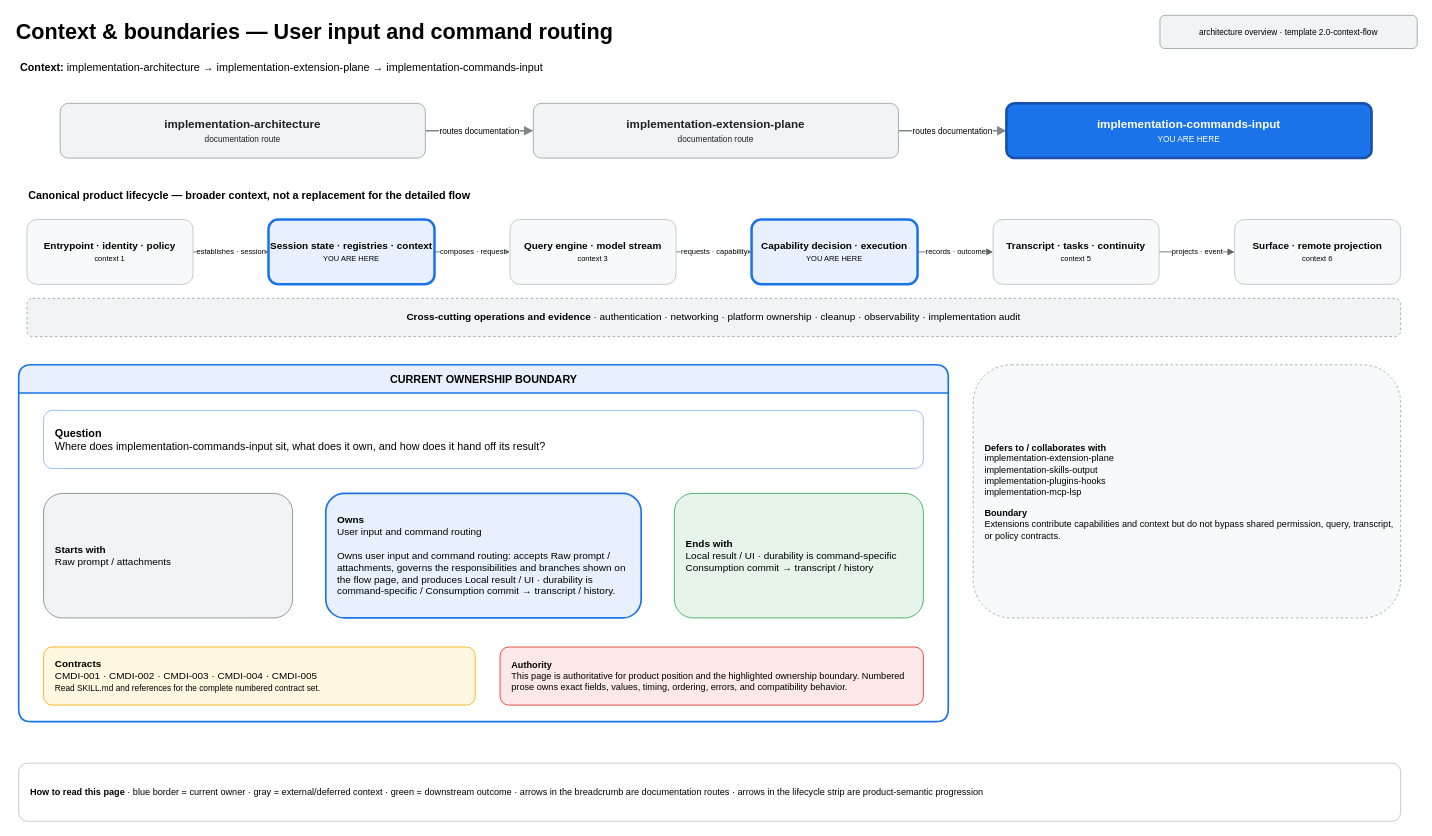
greenpau/agentx keeps this draw.io diagram as page "01 — Context & Boundaries" (1 of 2) of .codex/skills/implementation-commands-input/assets/architecture.drawio. Above is the earlier version. Source tidied: cells renumbered, new cells numbered last; positions are measured from the earlier drawing's top-left corner, leaving out a move shared by most shapes. Both pictures are drawn from the tidied source at 83%, with x=0, y=0 at pixel (14, 14).
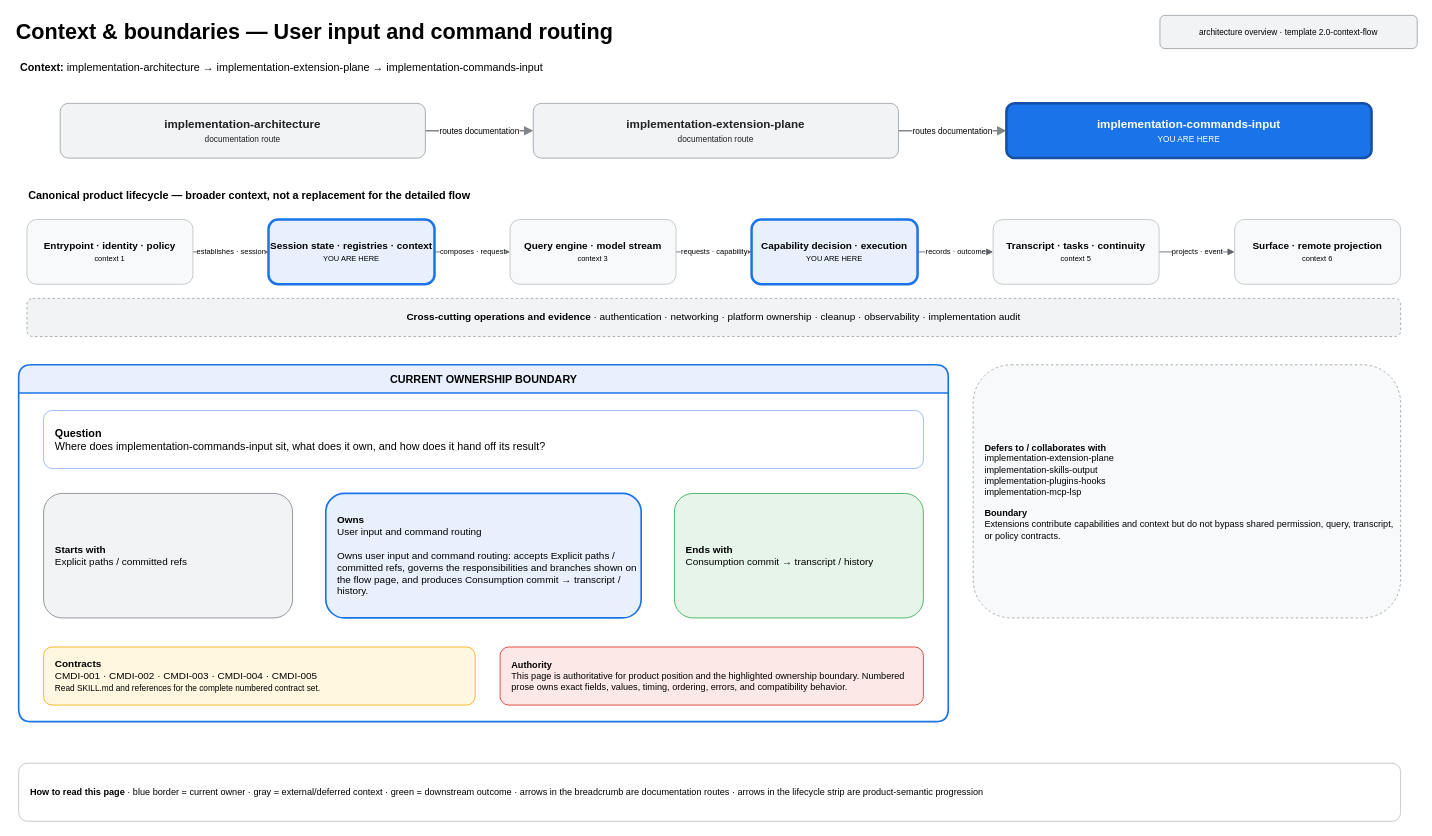
The same page after the edit.

The edit, as a diff of the source:
```diff
@@
-    <mxCell id="25" value="&lt;b&gt;Starts with&lt;/b&gt;&lt;br&gt;Raw prompt / attachments" style="rounded=1;whiteSpace=wrap;html=1;fillColor=#f1f3f4;strokeColor=#80868b;fontSize=12;align=left;spacingLeft=12;" parent="1" vertex="1">
+    <mxCell id="25" value="&lt;b&gt;Starts with&lt;/b&gt;&lt;br&gt;Explicit paths / committed refs" style="rounded=1;whiteSpace=wrap;html=1;fillColor=#f1f3f4;strokeColor=#80868b;fontSize=12;align=left;spacingLeft=12;" parent="1" vertex="1">
       <mxGeometry x="35" y="577" width="300" height="150" as="geometry" />
     </mxCell>
-    <mxCell id="26" value="&lt;b&gt;Owns&lt;/b&gt;&lt;br&gt;User input and command routing&lt;br&gt;&lt;br&gt;Owns user input and command routing: accepts Raw prompt / attachments, governs the responsibilities and branches shown on the flow page, and produces Local result / UI · durability is command-specific / Consumption commit → transcript / history." style="rounded=1;whiteSpace=wrap;html=1;fillColor=#e8f0fe;strokeColor=#1a73e8;strokeWidth=2;fontSize=12;align=left;spacingLeft=12;" parent="1" vertex="1">
+    <mxCell id="26" value="&lt;b&gt;Owns&lt;/b&gt;&lt;br&gt;User input and command routing&lt;br&gt;&lt;br&gt;Owns user input and command routing: accepts Explicit paths / committed refs, governs the responsibilities and branches shown on the flow page, and produces Consumption commit → transcript / history." style="rounded=1;whiteSpace=wrap;html=1;fillColor=#e8f0fe;strokeColor=#1a73e8;strokeWidth=2;fontSize=12;align=left;spacingLeft=12;" parent="1" vertex="1">
       <mxGeometry x="375" y="577" width="380" height="150" as="geometry" />
     </mxCell>
-    <mxCell id="27" value="&lt;b&gt;Ends with&lt;/b&gt;&lt;br&gt;Local result / UI · durability is command-specific&lt;br&gt;Consumption commit → transcript / history" style="rounded=1;whiteSpace=wrap;html=1;fillColor=#e6f4ea;strokeColor=#34a853;fontSize=12;align=left;spacingLeft=12;" parent="1" vertex="1">
+    <mxCell id="27" value="&lt;b&gt;Ends with&lt;/b&gt;&lt;br&gt;Consumption commit → transcript / history" style="rounded=1;whiteSpace=wrap;html=1;fillColor=#e6f4ea;strokeColor=#34a853;fontSize=12;align=left;spacingLeft=12;" parent="1" vertex="1">
       <mxGeometry x="795" y="577" width="300" height="150" as="geometry" />
     </mxCell>
```
